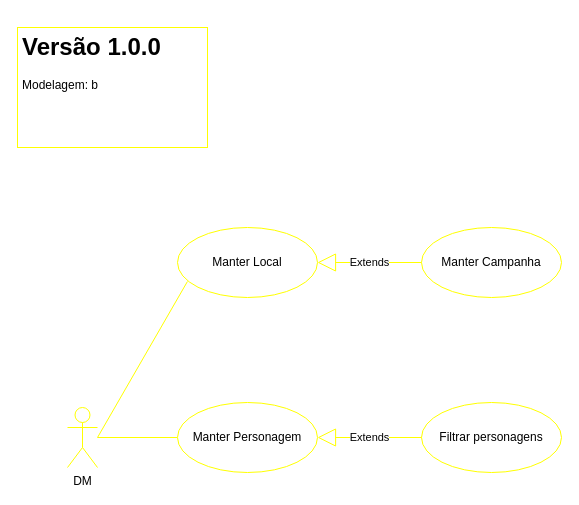
Earlier version of the draw.io diagram page "Use Case Diagram" (1 of 3) of modelagem/TaleManager.drawio (DarksunTeam/TaleManager). Source tidied: cells renumbered, new cells numbered last; positions are measured from the earlier drawing's top-left corner, leaving out a move shared by most shapes. Both pictures are drawn from the tidied source at 100%, with x=0, y=0 at pixel (17, 27).
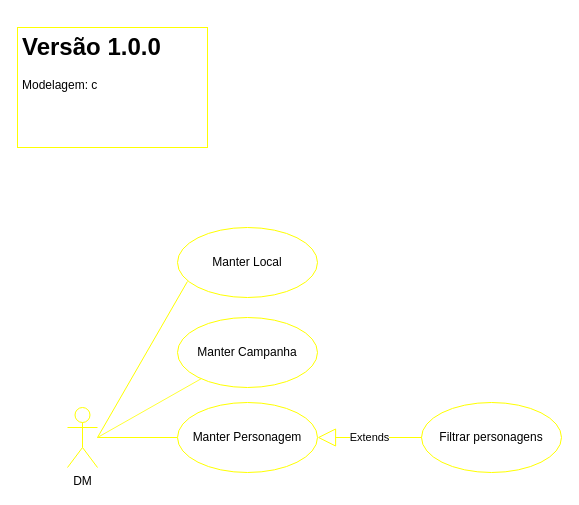
After the change.

Commit message (it also covers changes not shown here):
Closes #2: Inlcusão de Campanha e ajustes na Modelagem

The edit, as a diff of the source:
```diff
@@
 <mxGraphModel>
   <root>
     <mxCell id="0" />
     <mxCell id="1" parent="0" />
     <mxCell id="2" style="edgeStyle=none;rounded=0;jettySize=auto;html=1;entryX=0;entryY=0.5;entryDx=0;entryDy=0;endArrow=none;endFill=0;strokeColor=#FFFF00;" parent="1" edge="1" source="3" target="5">
       <mxGeometry relative="1" as="geometry" />
     </mxCell>
+    <mxCell id="12" style="jettySize=auto;html=1;rounded=0;endArrow=none;endFill=0;fillColor=#e3c800;strokeColor=#FFFF33;" parent="1" edge="1" target="10">
+      <mxGeometry relative="1" as="geometry">
+        <mxPoint x="80" y="410" as="sourcePoint" />
+      </mxGeometry>
+    </mxCell>
     <mxCell id="3" value="DM" style="shape=umlActor;verticalLabelPosition=bottom;labelBackgroundColor=none;verticalAlign=top;html=1;outlineConnect=0;strokeColor=#FFFF00;" parent="1" vertex="1">
       <mxGeometry x="50" y="380" width="30" height="60" as="geometry" />
     </mxCell>
-    <mxCell id="4" value="&lt;h1&gt;Versão 1.0.0&lt;/h1&gt;&lt;div&gt;Modelagem: b&lt;/div&gt;" style="text;html=1;strokeColor=#FFFF00;fillColor=none;spacing=5;spacingTop=-20;whiteSpace=wrap;overflow=hidden;rounded=0;" parent="1" vertex="1">
+    <mxCell id="4" value="&lt;h1&gt;Versão 1.0.0&lt;/h1&gt;&lt;div&gt;Modelagem: c&lt;/div&gt;" style="text;html=1;strokeColor=#FFFF00;fillColor=none;spacing=5;spacingTop=-20;whiteSpace=wrap;overflow=hidden;rounded=0;" parent="1" vertex="1">
       <mxGeometry width="190" height="120" as="geometry" />
     </mxCell>
     <mxCell id="5" value="Manter Personagem" style="ellipse;whiteSpace=wrap;html=1;strokeColor=#FFFF00;" parent="1" vertex="1">
       <mxGeometry x="160" y="375" width="140" height="70" as="geometry" />
     </mxCell>
     <mxCell id="6" value="Manter Local" style="ellipse;whiteSpace=wrap;html=1;strokeColor=#FFFF00;" parent="1" vertex="1">
       <mxGeometry x="160" y="200" width="140" height="70" as="geometry" />
     </mxCell>
     <mxCell id="7" style="edgeStyle=none;rounded=0;jettySize=auto;html=1;endArrow=none;endFill=0;entryX=0.071;entryY=0.771;entryDx=0;entryDy=0;entryPerimeter=0;strokeColor=#FFFF00;" parent="1" edge="1" target="6">
       <mxGeometry relative="1" as="geometry">
         <mxPoint x="80" y="410" as="sourcePoint" />
       </mxGeometry>
     </mxCell>
     <mxCell id="8" value="Filtrar personagens" style="ellipse;whiteSpace=wrap;html=1;strokeColor=#FFFF00;" parent="1" vertex="1">
       <mxGeometry x="404" y="375" width="140" height="70" as="geometry" />
     </mxCell>
     <mxCell id="9" value="Extends" style="endArrow=block;endSize=16;endFill=0;html=1;entryX=1;entryY=0.5;entryDx=0;entryDy=0;exitX=0;exitY=0.5;exitDx=0;exitDy=0;strokeColor=#FFFF00;" parent="1" edge="1" source="8" target="5">
       <mxGeometry relative="1" as="geometry" />
     </mxCell>
     <mxCell id="10" value="Manter Campanha" style="ellipse;whiteSpace=wrap;html=1;strokeColor=#FFFF00;" parent="1" vertex="1">
-      <mxGeometry x="404" y="200" width="140" height="70" as="geometry" />
+      <mxGeometry x="160" y="290" width="140" height="70" as="geometry" />
     </mxCell>
-    <mxCell id="11" value="Extends" style="endArrow=block;endSize=16;endFill=0;html=1;exitX=0;exitY=0.5;exitDx=0;exitDy=0;entryX=1;entryY=0.5;entryDx=0;entryDy=0;strokeColor=#FFFF00;" parent="1" edge="1" source="10" target="6">
-      <mxGeometry relative="1" as="geometry" />
-    </mxCell>
   </root>
 </mxGraphModel>
```
